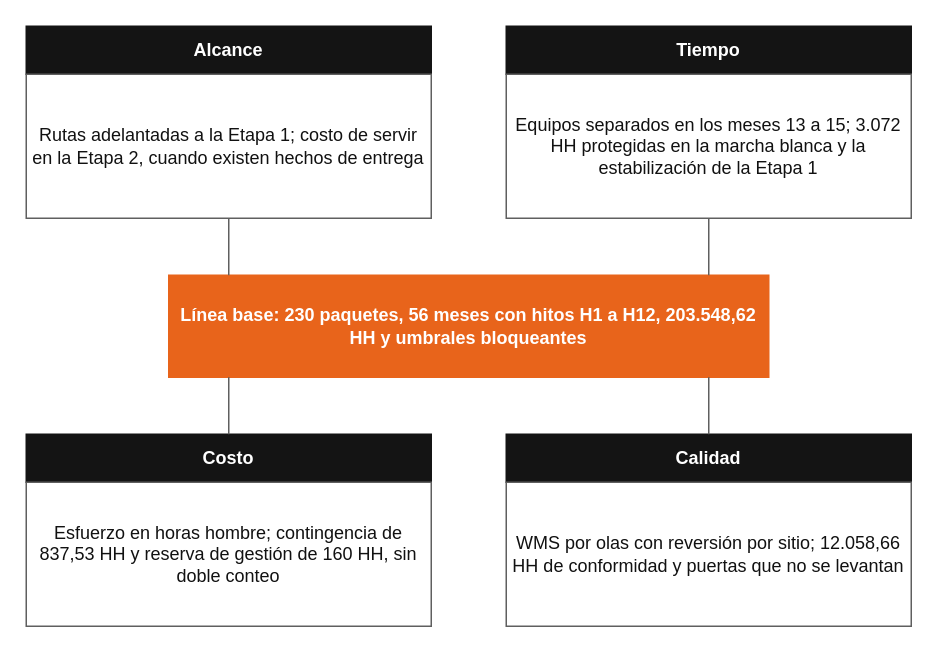
Earlier version of the draw.io diagram subdocumento-14/figuras/fuentes/equilibrio.drawio (PatricioH315/LafroX). Source tidied: cells renumbered, new cells numbered last; positions are measured from the earlier drawing's top-left corner, leaving out a move shared by most shapes. Both pictures are drawn from the tidied source at 150%, with x=0, y=0 at pixel (26, 26).
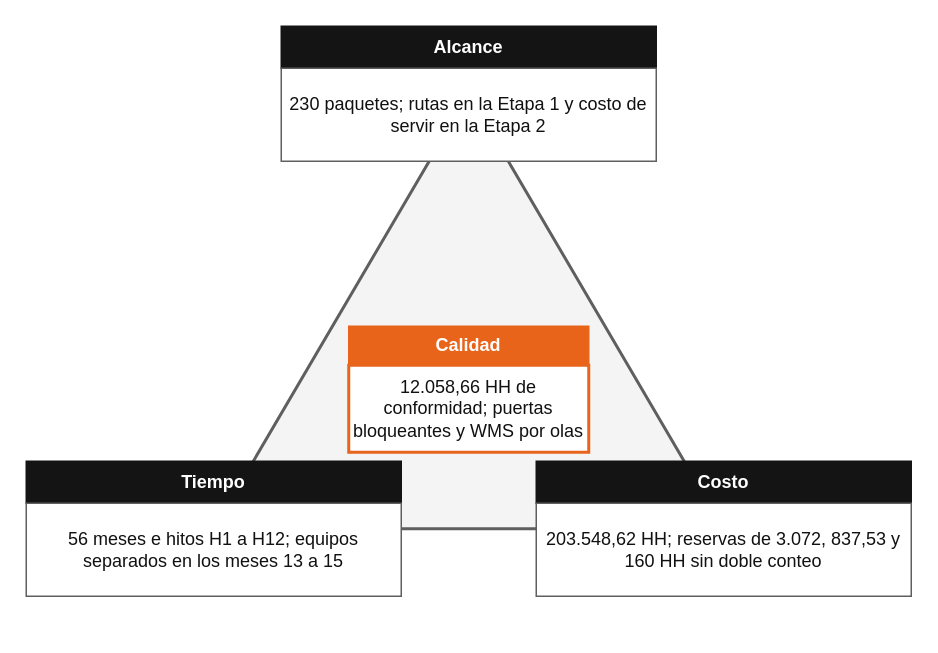
After the change.

Commit message (it also covers changes not shown here):
docs(sd14): triángulo alcance-tiempo-costo con la calidad al centro, fuentes de figura con sus datos y títulos de párrafo con dos puntos

The edit, as a diff of the source:
```diff
@@
 <mxGraphModel>
   <root>
     <mxCell id="0" />
     <mxCell id="1" parent="0" />
-    <mxCell id="2" value="Alcance" style="rounded=0;whiteSpace=wrap;html=1;fontFamily=Helvetica;fontSize=12;fontColor=#111111;strokeColor=#5F5F5F;spacing=4;fillColor=#141414;fontColor=#FFFFFF;strokeColor=#141414;fontStyle=1;" parent="1" vertex="1">
-      <mxGeometry width="270" height="32" as="geometry" />
+    <mxCell id="2" style="triangle;direction=north;whiteSpace=wrap;html=1;fillColor=#F4F4F4;strokeColor=#5F5F5F;strokeWidth=2;" parent="1" vertex="1">
+      <mxGeometry x="125" y="45" width="340" height="290" as="geometry" />
     </mxCell>
-    <mxCell id="3" value="Rutas adelantadas a la Etapa 1; costo de servir en la Etapa 2, cuando existen hechos de entrega" style="rounded=0;whiteSpace=wrap;html=1;fontFamily=Helvetica;fontSize=12;fontColor=#111111;strokeColor=#5F5F5F;spacing=4;fillColor=#FFFFFF;" parent="1" vertex="1">
-      <mxGeometry y="32" width="270" height="96" as="geometry" />
+    <mxCell id="3" value="Alcance" style="rounded=0;whiteSpace=wrap;html=1;fontFamily=Helvetica;fontSize=12;fontColor=#111111;strokeColor=#5F5F5F;spacing=4;fillColor=#141414;fontColor=#FFFFFF;strokeColor=#141414;fontStyle=1;" parent="1" vertex="1">
+      <mxGeometry x="170" width="250" height="28" as="geometry" />
     </mxCell>
-    <mxCell id="4" value="Tiempo" style="rounded=0;whiteSpace=wrap;html=1;fontFamily=Helvetica;fontSize=12;fontColor=#111111;strokeColor=#5F5F5F;spacing=4;fillColor=#141414;fontColor=#FFFFFF;strokeColor=#141414;fontStyle=1;" parent="1" vertex="1">
-      <mxGeometry x="320" width="270" height="32" as="geometry" />
+    <mxCell id="4" value="230 paquetes; rutas en la Etapa 1 y costo de servir en la Etapa 2" style="rounded=0;whiteSpace=wrap;html=1;fontFamily=Helvetica;fontSize=12;fontColor=#111111;strokeColor=#5F5F5F;spacing=4;fillColor=#FFFFFF;" parent="1" vertex="1">
+      <mxGeometry x="170" y="28" width="250" height="62" as="geometry" />
     </mxCell>
-    <mxCell id="5" value="Equipos separados en los meses 13 a 15; 3.072 HH protegidas en la marcha blanca y la estabilización de la Etapa 1" style="rounded=0;whiteSpace=wrap;html=1;fontFamily=Helvetica;fontSize=12;fontColor=#111111;strokeColor=#5F5F5F;spacing=4;fillColor=#FFFFFF;" parent="1" vertex="1">
-      <mxGeometry x="320" y="32" width="270" height="96" as="geometry" />
+    <mxCell id="5" value="Tiempo" style="rounded=0;whiteSpace=wrap;html=1;fontFamily=Helvetica;fontSize=12;fontColor=#111111;strokeColor=#5F5F5F;spacing=4;fillColor=#141414;fontColor=#FFFFFF;strokeColor=#141414;fontStyle=1;" parent="1" vertex="1">
+      <mxGeometry y="290" width="250" height="28" as="geometry" />
     </mxCell>
-    <mxCell id="6" value="Costo" style="rounded=0;whiteSpace=wrap;html=1;fontFamily=Helvetica;fontSize=12;fontColor=#111111;strokeColor=#5F5F5F;spacing=4;fillColor=#141414;fontColor=#FFFFFF;strokeColor=#141414;fontStyle=1;" parent="1" vertex="1">
-      <mxGeometry y="272" width="270" height="32" as="geometry" />
+    <mxCell id="6" value="56 meses e hitos H1 a H12; equipos separados en los meses 13 a 15" style="rounded=0;whiteSpace=wrap;html=1;fontFamily=Helvetica;fontSize=12;fontColor=#111111;strokeColor=#5F5F5F;spacing=4;fillColor=#FFFFFF;" parent="1" vertex="1">
+      <mxGeometry y="318" width="250" height="62" as="geometry" />
     </mxCell>
-    <mxCell id="7" value="Esfuerzo en horas hombre; contingencia de 837,53 HH y reserva de gestión de 160 HH, sin doble conteo" style="rounded=0;whiteSpace=wrap;html=1;fontFamily=Helvetica;fontSize=12;fontColor=#111111;strokeColor=#5F5F5F;spacing=4;fillColor=#FFFFFF;" parent="1" vertex="1">
-      <mxGeometry y="304" width="270" height="96" as="geometry" />
+    <mxCell id="7" value="Costo" style="rounded=0;whiteSpace=wrap;html=1;fontFamily=Helvetica;fontSize=12;fontColor=#111111;strokeColor=#5F5F5F;spacing=4;fillColor=#141414;fontColor=#FFFFFF;strokeColor=#141414;fontStyle=1;" parent="1" vertex="1">
+      <mxGeometry x="340" y="290" width="250" height="28" as="geometry" />
     </mxCell>
-    <mxCell id="8" value="Calidad" style="rounded=0;whiteSpace=wrap;html=1;fontFamily=Helvetica;fontSize=12;fontColor=#111111;strokeColor=#5F5F5F;spacing=4;fillColor=#141414;fontColor=#FFFFFF;strokeColor=#141414;fontStyle=1;" parent="1" vertex="1">
-      <mxGeometry x="320" y="272" width="270" height="32" as="geometry" />
+    <mxCell id="8" value="203.548,62 HH; reservas de 3.072, 837,53 y 160 HH sin doble conteo" style="rounded=0;whiteSpace=wrap;html=1;fontFamily=Helvetica;fontSize=12;fontColor=#111111;strokeColor=#5F5F5F;spacing=4;fillColor=#FFFFFF;" parent="1" vertex="1">
+      <mxGeometry x="340" y="318" width="250" height="62" as="geometry" />
     </mxCell>
-    <mxCell id="9" value="WMS por olas con reversión por sitio; 12.058,66 HH de conformidad y puertas que no se levantan" style="rounded=0;whiteSpace=wrap;html=1;fontFamily=Helvetica;fontSize=12;fontColor=#111111;strokeColor=#5F5F5F;spacing=4;fillColor=#FFFFFF;" parent="1" vertex="1">
-      <mxGeometry x="320" y="304" width="270" height="96" as="geometry" />
+    <mxCell id="9" value="Calidad" style="rounded=0;whiteSpace=wrap;html=1;fontFamily=Helvetica;fontSize=12;fontColor=#111111;strokeColor=#5F5F5F;spacing=4;fillColor=#E8641B;fontColor=#FFFFFF;strokeColor=#E8641B;fontStyle=1;" parent="1" vertex="1">
+      <mxGeometry x="215" y="200" width="160" height="26" as="geometry" />
     </mxCell>
-    <mxCell id="10" value="Línea base: 230 paquetes, 56 meses con hitos H1 a H12, 203.548,62 HH y umbrales bloqueantes" style="rounded=0;whiteSpace=wrap;html=1;fontFamily=Helvetica;fontSize=12;fontColor=#111111;strokeColor=#5F5F5F;spacing=4;fillColor=#E8641B;fontColor=#FFFFFF;strokeColor=#E8641B;fontStyle=1;" parent="1" vertex="1">
-      <mxGeometry x="95" y="166" width="400" height="68" as="geometry" />
+    <mxCell id="10" value="12.058,66 HH de conformidad; puertas bloqueantes y WMS por olas" style="rounded=0;whiteSpace=wrap;html=1;fontFamily=Helvetica;fontSize=12;fontColor=#111111;strokeColor=#5F5F5F;spacing=4;fillColor=#FFFFFF;strokeColor=#E8641B;strokeWidth=2;" parent="1" vertex="1">
+      <mxGeometry x="215" y="226" width="160" height="58" as="geometry" />
     </mxCell>
-    <mxCell id="11" style="endArrow=none;html=1;strokeColor=#5F5F5F;strokeWidth=1;" parent="1" edge="1">
-      <mxGeometry relative="1" as="geometry">
-        <mxPoint x="135" y="166" as="sourcePoint" />
-        <mxPoint x="135" y="128" as="targetPoint" />
-      </mxGeometry>
-    </mxCell>
-    <mxCell id="12" style="endArrow=none;html=1;strokeColor=#5F5F5F;strokeWidth=1;" parent="1" edge="1">
-      <mxGeometry relative="1" as="geometry">
-        <mxPoint x="455" y="166" as="sourcePoint" />
-        <mxPoint x="455" y="128" as="targetPoint" />
-      </mxGeometry>
-    </mxCell>
-    <mxCell id="13" style="endArrow=none;html=1;strokeColor=#5F5F5F;strokeWidth=1;" parent="1" edge="1">
-      <mxGeometry relative="1" as="geometry">
-        <mxPoint x="135" y="234" as="sourcePoint" />
-        <mxPoint x="135" y="272" as="targetPoint" />
-      </mxGeometry>
-    </mxCell>
-    <mxCell id="14" style="endArrow=none;html=1;strokeColor=#5F5F5F;strokeWidth=1;" parent="1" edge="1">
-      <mxGeometry relative="1" as="geometry">
-        <mxPoint x="455" y="234" as="sourcePoint" />
-        <mxPoint x="455" y="272" as="targetPoint" />
-      </mxGeometry>
-    </mxCell>
   </root>
 </mxGraphModel>
```
